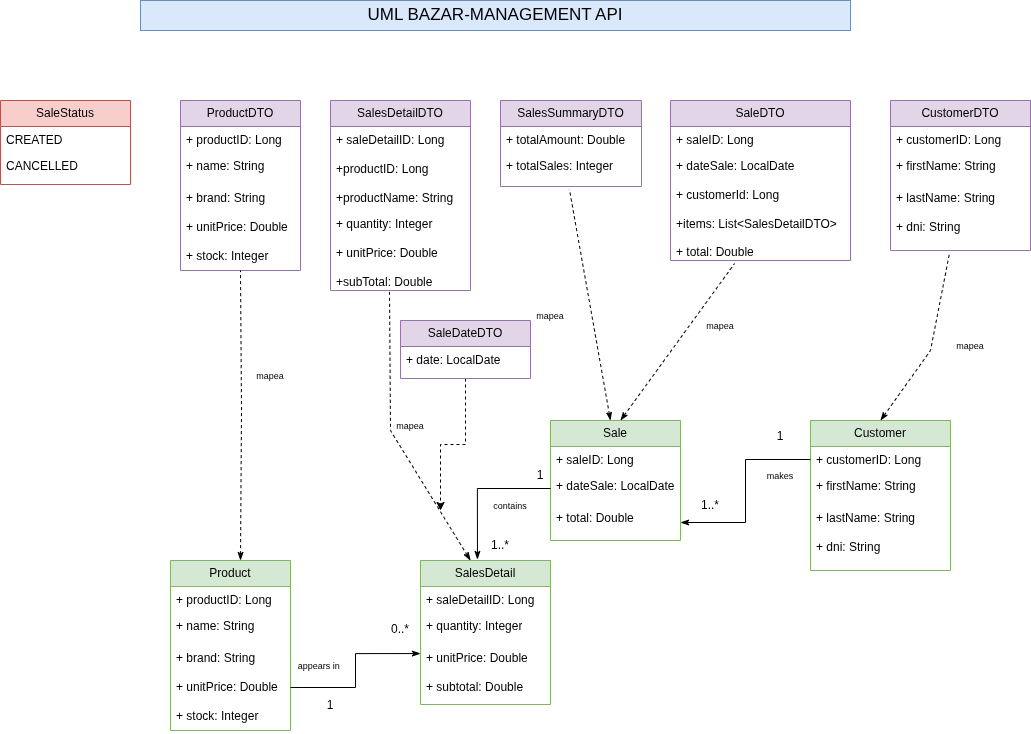
Before: UML Bazar-Management API.png, a diagram exported from draw.io (CamilaVHeuer/Bazar-Management-API). Source tidied: cells renumbered, new cells last; positions are measured from the earlier drawing's top-left corner, leaving out a move shared by most shapes.
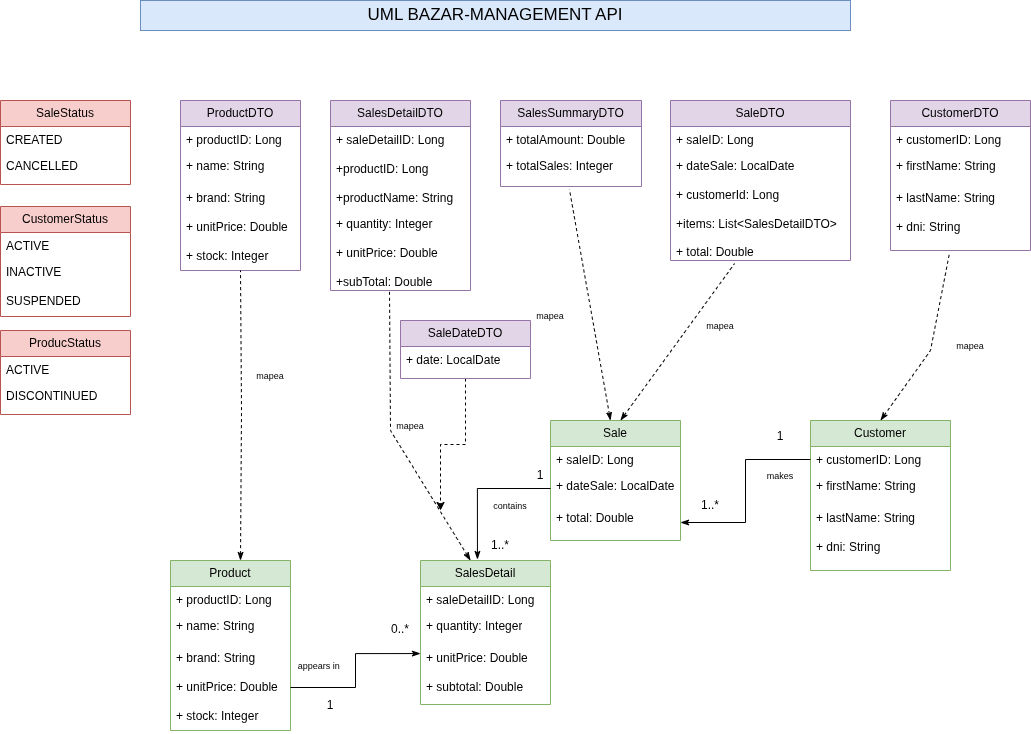
Later version of the same file.

Commit message:
update uml WITH STATUS

Change to the diagram source:
```diff
@@ -210,5 +210,23 @@
     <mxCell id="63" value="+ date: LocalDate" style="text;strokeColor=none;fillColor=none;align=left;verticalAlign=top;spacingLeft=4;spacingRight=4;overflow=hidden;whiteSpace=wrap;html=1;" parent="62" vertex="1">
       <mxGeometry y="26" width="130" height="32" as="geometry" />
     </mxCell>
+    <mxCell id="64" value="CustomerStatus" style="swimlane;fontStyle=0;horizontal=1;startSize=26;fillColor=#f8cecc;whiteSpace=wrap;html=1;strokeColor=#b85450;" parent="1" vertex="1">
+      <mxGeometry y="206" width="130" height="110" as="geometry" />
+    </mxCell>
+    <mxCell id="65" value="ACTIVE" style="text;strokeColor=none;fillColor=none;align=left;verticalAlign=top;spacingLeft=4;spacingRight=4;overflow=hidden;whiteSpace=wrap;html=1;" parent="64" vertex="1">
+      <mxGeometry y="26" width="130" height="26" as="geometry" />
+    </mxCell>
+    <mxCell id="66" value="INACTIVE&lt;div&gt;&lt;br&gt;&lt;div&gt;SUSPENDED&lt;/div&gt;&lt;/div&gt;" style="text;strokeColor=none;fillColor=none;align=left;verticalAlign=top;spacingLeft=4;spacingRight=4;overflow=hidden;whiteSpace=wrap;html=1;" parent="64" vertex="1">
+      <mxGeometry y="52" width="130" height="58" as="geometry" />
+    </mxCell>
+    <mxCell id="67" value="ProducStatus" style="swimlane;fontStyle=0;horizontal=1;startSize=26;fillColor=#f8cecc;whiteSpace=wrap;html=1;strokeColor=#b85450;" parent="1" vertex="1">
+      <mxGeometry y="330" width="130" height="84" as="geometry" />
+    </mxCell>
+    <mxCell id="68" value="ACTIVE" style="text;strokeColor=none;fillColor=none;align=left;verticalAlign=top;spacingLeft=4;spacingRight=4;overflow=hidden;whiteSpace=wrap;html=1;" parent="67" vertex="1">
+      <mxGeometry y="26" width="130" height="26" as="geometry" />
+    </mxCell>
+    <mxCell id="69" value="DISCONTINUED" style="text;strokeColor=none;fillColor=none;align=left;verticalAlign=top;spacingLeft=4;spacingRight=4;overflow=hidden;whiteSpace=wrap;html=1;" parent="67" vertex="1">
+      <mxGeometry y="52" width="130" height="32" as="geometry" />
+    </mxCell>
   </root>
 </mxGraphModel>
```
